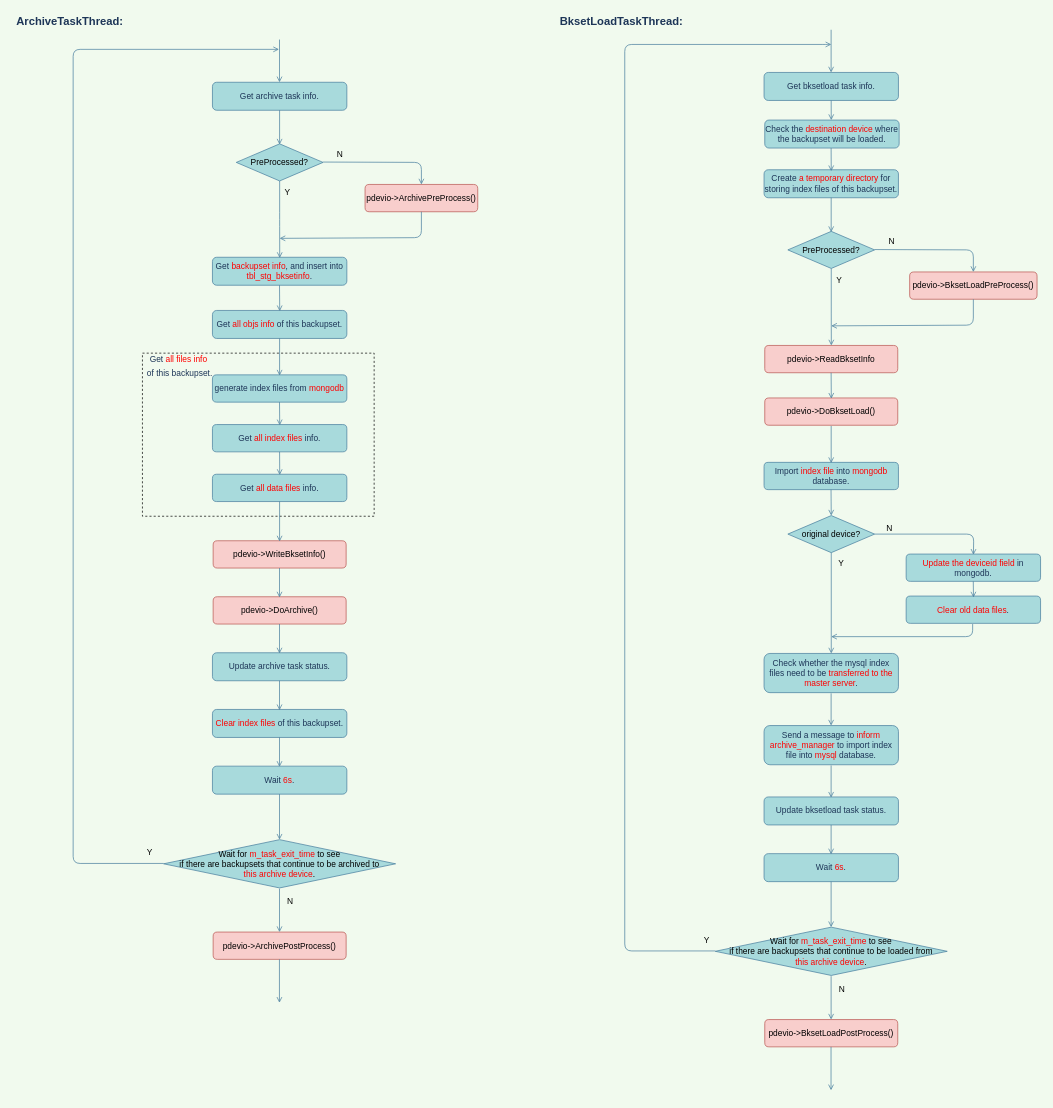
Above: page "任务流程图" (9 of 10) of 02-unary_work/01-黑方6.8版本归档模块/归档服务模块sync_server原理图.drawio in chenzhaoguo/UML (draw.io), before the change. Source tidied: cells renumbered, new cells numbered last; positions are measured from the earlier drawing's top-left corner, leaving out a move shared by most shapes. Both pictures are drawn from the tidied source at 70%, with x=0, y=0 at pixel (12, 12).
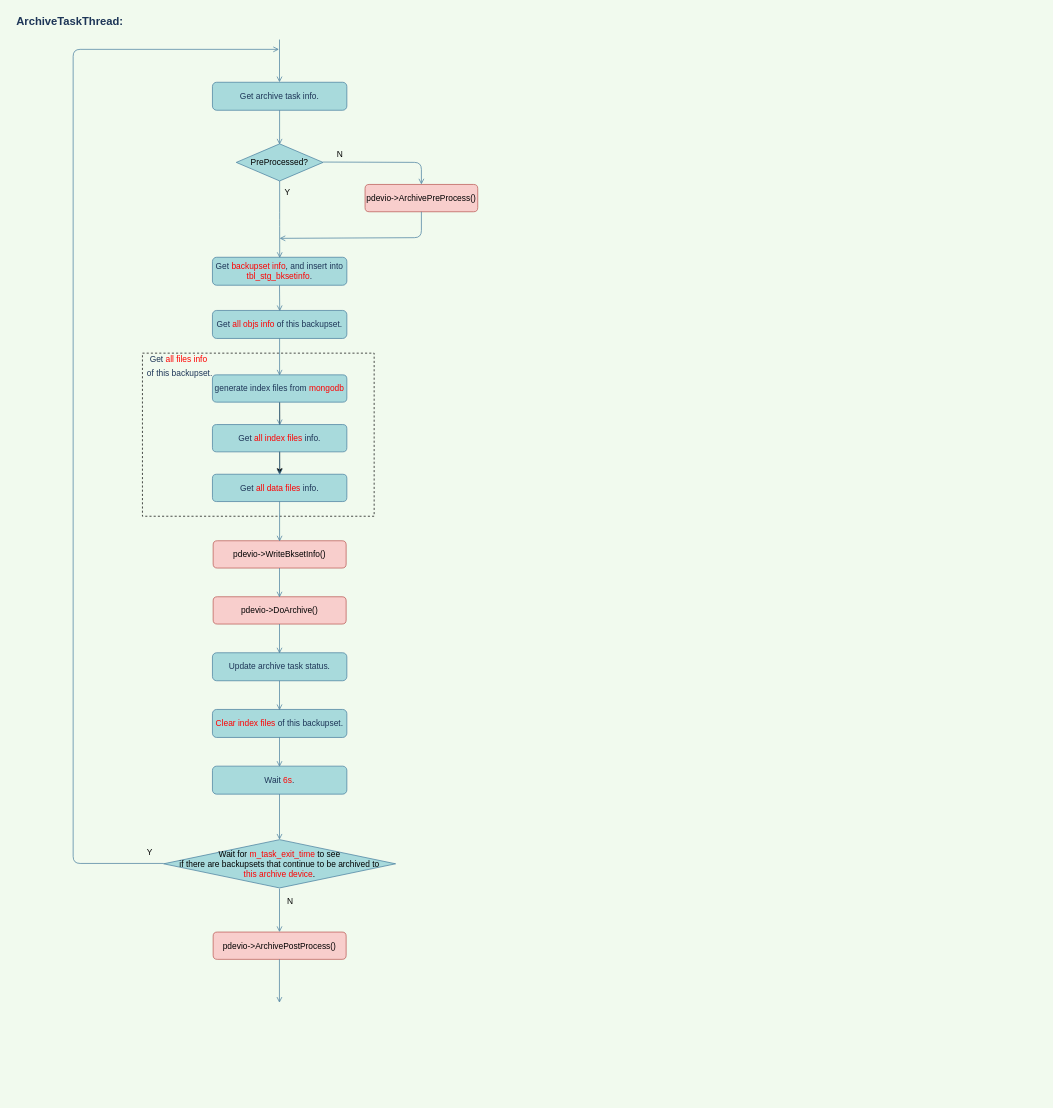
The same page after the edit.

The change refers to these unchanged cells:
```xml
<mxCell id="9" value="generate index files from &lt;font color=&quot;#ff0000&quot;&gt;mongodb&lt;/font&gt;" style="rounded=1;whiteSpace=wrap;html=1;fontSize=12;glass=0;strokeWidth=1;shadow=0;fillColor=#A8DADC;strokeColor=#457B9D;fontColor=#1D3557;" parent="1" vertex="1">
  <mxGeometry x="286" y="518" width="192" height="39" as="geometry" />
</mxCell>
<mxCell id="12" value="Get &lt;font color=&quot;#ff0000&quot;&gt;all data files&lt;/font&gt; info." style="rounded=1;whiteSpace=wrap;html=1;fontSize=12;glass=0;strokeWidth=1;shadow=0;fillColor=#A8DADC;strokeColor=#457B9D;fontColor=#1D3557;" parent="1" vertex="1">
  <mxGeometry x="286" y="660" width="192" height="39" as="geometry" />
</mxCell>
```

Diff of the diagram source:
```diff
@@
+    <mxCell id="87" style="edgeStyle=orthogonalEdgeStyle;rounded=0;jettySize=auto;html=1;" parent="1" edge="1" source="9" target="12">
+      <mxGeometry relative="1" as="geometry" />
+    </mxCell>
@@
-    <mxCell id="41" value="Create &lt;font color=&quot;#ff0000&quot;&gt;a temporary directory&lt;/font&gt; for storing index files of this backupset." style="rounded=1;whiteSpace=wrap;html=1;fontSize=12;glass=0;strokeWidth=1;shadow=0;fillColor=#A8DADC;strokeColor=#457B9D;fontColor=#1D3557;" parent="1" vertex="1">
-      <mxGeometry x="1074" y="225" width="192" height="40" as="geometry" />
-    </mxCell>
-    <mxCell id="42" value="&lt;font&gt;pdevio-&amp;gt;BksetLoadPreProcess()&lt;/font&gt;" style="whiteSpace=wrap;html=1;fillColor=#f8cecc;strokeColor=#b85450;rounded=1;glass=0;strokeWidth=1;shadow=0;fontColor=#000000;" parent="1" vertex="1">
-      <mxGeometry x="1282" y="371" width="182" height="39" as="geometry" />
-    </mxCell>
-    <mxCell id="43" value="BksetLoadTaskThread:" style="text;html=1;align=center;verticalAlign=middle;strokeColor=none;fillColor=none;fontColor=#1D3557;fontSize=16;fontStyle=1;" parent="1" vertex="1">
-      <mxGeometry x="777" width="186" height="23" as="geometry" />
-    </mxCell>
-    <mxCell id="44" style="edgeStyle=orthogonalEdgeStyle;rounded=1;sketch=0;orthogonalLoop=1;jettySize=auto;html=1;fontColor=#1D3557;endArrow=open;endFill=0;strokeColor=#457B9D;fillColor=#A8DADC;" parent="1" edge="1">
-      <mxGeometry relative="1" as="geometry">
-        <mxPoint x="1169.8" y="25" as="sourcePoint" />
-        <mxPoint x="1169.8" y="86" as="targetPoint" />
-      </mxGeometry>
-    </mxCell>
-    <mxCell id="45" value="Import &lt;font color=&quot;#ff0000&quot;&gt;index file &lt;/font&gt;into &lt;font color=&quot;#ff0000&quot;&gt;mongodb&lt;/font&gt; database." style="rounded=1;whiteSpace=wrap;html=1;fontSize=12;glass=0;strokeWidth=1;shadow=0;fillColor=#A8DADC;strokeColor=#457B9D;fontColor=#1D3557;" parent="1" vertex="1">
-      <mxGeometry x="1074" y="643" width="192" height="39" as="geometry" />
-    </mxCell>
-    <mxCell id="46" value="&lt;font color=&quot;#ff0000&quot;&gt;Update the deviceid field&lt;/font&gt; in mongodb." style="rounded=1;whiteSpace=wrap;html=1;fontSize=12;glass=0;strokeWidth=1;shadow=0;fillColor=#A8DADC;strokeColor=#457B9D;fontColor=#1D3557;" parent="1" vertex="1">
-      <mxGeometry x="1277" y="774" width="192" height="39" as="geometry" />
-    </mxCell>
-    <mxCell id="47" value="&lt;font color=&quot;#ff0000&quot;&gt;Clear old data files&lt;/font&gt;." style="rounded=1;whiteSpace=wrap;html=1;fontSize=12;glass=0;strokeWidth=1;shadow=0;fillColor=#A8DADC;strokeColor=#457B9D;fontColor=#1D3557;" parent="1" vertex="1">
-      <mxGeometry x="1277" y="834" width="192" height="39" as="geometry" />
-    </mxCell>
-    <mxCell id="48" value="&lt;font&gt;pdevio-&amp;gt;ReadBksetInfo&lt;/font&gt;" style="whiteSpace=wrap;html=1;fillColor=#f8cecc;strokeColor=#b85450;rounded=1;glass=0;strokeWidth=1;shadow=0;fontColor=#000000;" parent="1" vertex="1">
-      <mxGeometry x="1075" y="476" width="190" height="39" as="geometry" />
-    </mxCell>
-    <mxCell id="49" value="&lt;font&gt;pdevio-&amp;gt;DoBksetLoad()&lt;/font&gt;" style="whiteSpace=wrap;html=1;fillColor=#f8cecc;strokeColor=#b85450;rounded=1;glass=0;strokeWidth=1;shadow=0;fontColor=#000000;" parent="1" vertex="1">
-      <mxGeometry x="1075" y="551" width="190" height="39" as="geometry" />
-    </mxCell>
-    <mxCell id="50" value="Check whether the mysql index files need to be &lt;font color=&quot;#ff0000&quot;&gt;transferred to the master server&lt;/font&gt;." style="rounded=1;whiteSpace=wrap;html=1;fontSize=12;glass=0;strokeWidth=1;shadow=0;fillColor=#A8DADC;strokeColor=#457B9D;fontColor=#1D3557;" parent="1" vertex="1">
-      <mxGeometry x="1074" y="916" width="192" height="56" as="geometry" />
-    </mxCell>
-    <mxCell id="51" value="&lt;span style=&quot;color: rgb(29, 53, 87);&quot;&gt;Update bksetload task status.&lt;/span&gt;" style="rounded=1;whiteSpace=wrap;html=1;fontSize=12;glass=0;strokeWidth=1;shadow=0;fillColor=#A8DADC;strokeColor=#457B9D;fontColor=#000000;fontStyle=0;" parent="1" vertex="1">
-      <mxGeometry x="1074" y="1121" width="192" height="40" as="geometry" />
-    </mxCell>
-    <mxCell id="52" value="Wait &lt;font color=&quot;#ff0000&quot;&gt;6s&lt;/font&gt;." style="rounded=1;whiteSpace=wrap;html=1;fontSize=12;glass=0;strokeWidth=1;shadow=0;fillColor=#A8DADC;strokeColor=#457B9D;fontColor=#1D3557;" parent="1" vertex="1">
-      <mxGeometry x="1074" y="1202" width="192" height="40" as="geometry" />
-    </mxCell>
-    <mxCell id="53" value="Wait for &lt;font color=&quot;#ff0000&quot;&gt;m_task_exit_time&lt;/font&gt; to see &lt;br&gt;if there are backupsets that continue to be loaded from &lt;br&gt;&lt;font color=&quot;#ff0000&quot;&gt;this archive device&lt;/font&gt;." style="rhombus;whiteSpace=wrap;html=1;rounded=0;sketch=0;fontSize=12;fontColor=#000000;strokeColor=#457B9D;fillColor=#A8DADC;" parent="1" vertex="1">
-      <mxGeometry x="1004.2" y="1307" width="331.5" height="69" as="geometry" />
-    </mxCell>
-    <mxCell id="54" value="&lt;font&gt;pdevio-&amp;gt;BksetLoadPostProcess()&lt;/font&gt;" style="whiteSpace=wrap;html=1;fillColor=#f8cecc;strokeColor=#b85450;rounded=1;glass=0;strokeWidth=1;shadow=0;fontColor=#000000;" parent="1" vertex="1">
-      <mxGeometry x="1075" y="1439" width="190" height="39" as="geometry" />
-    </mxCell>
-    <mxCell id="55" style="edgeStyle=orthogonalEdgeStyle;rounded=1;sketch=0;jettySize=auto;html=1;fontColor=#1D3557;endArrow=open;endFill=0;strokeColor=#457B9D;fillColor=#A8DADC;exitX=0.5;exitY=1;exitDx=0;exitDy=0;" parent="1" edge="1" source="68">
-      <mxGeometry relative="1" as="geometry">
-        <mxPoint x="1170.1" y="476" as="targetPoint" />
-      </mxGeometry>
-    </mxCell>
-    <mxCell id="56" style="edgeStyle=orthogonalEdgeStyle;rounded=1;sketch=0;orthogonalLoop=1;jettySize=auto;html=1;fontColor=#1D3557;endArrow=open;endFill=0;strokeColor=#457B9D;fillColor=#A8DADC;" parent="1" edge="1">
-      <mxGeometry relative="1" as="geometry">
-        <mxPoint x="1169.8" y="515" as="sourcePoint" />
-        <mxPoint x="1170.1" y="552" as="targetPoint" />
-      </mxGeometry>
-    </mxCell>
-    <mxCell id="57" style="edgeStyle=orthogonalEdgeStyle;rounded=1;sketch=0;orthogonalLoop=1;jettySize=auto;html=1;fontColor=#1D3557;endArrow=open;endFill=0;strokeColor=#457B9D;fillColor=#A8DADC;" parent="1" edge="1">
-      <mxGeometry relative="1" as="geometry">
-        <mxPoint x="1169.9" y="591" as="sourcePoint" />
-        <mxPoint x="1169.9" y="644" as="targetPoint" />
-      </mxGeometry>
-    </mxCell>
-    <mxCell id="58" style="edgeStyle=orthogonalEdgeStyle;rounded=1;sketch=0;jettySize=auto;html=1;fontColor=#1D3557;endArrow=open;endFill=0;strokeColor=#457B9D;fillColor=#A8DADC;exitX=1;exitY=0.5;exitDx=0;exitDy=0;" parent="1" edge="1" source="75">
-      <mxGeometry relative="1" as="geometry">
-        <mxPoint x="1373.1" y="775" as="targetPoint" />
-      </mxGeometry>
-    </mxCell>
-    <mxCell id="59" style="edgeStyle=orthogonalEdgeStyle;rounded=1;sketch=0;orthogonalLoop=1;jettySize=auto;html=1;fontColor=#1D3557;endArrow=open;endFill=0;strokeColor=#457B9D;fillColor=#A8DADC;" parent="1" edge="1">
-      <mxGeometry relative="1" as="geometry">
-        <mxPoint x="1372.9" y="813" as="sourcePoint" />
-        <mxPoint x="1373.2" y="836" as="targetPoint" />
-      </mxGeometry>
-    </mxCell>
-    <mxCell id="60" style="edgeStyle=orthogonalEdgeStyle;rounded=1;sketch=0;jettySize=auto;html=1;fontColor=#1D3557;endArrow=open;endFill=0;strokeColor=#457B9D;fillColor=#A8DADC;entryX=0.5;entryY=0;entryDx=0;entryDy=0;" parent="1" edge="1" target="75">
-      <mxGeometry relative="1" as="geometry">
-        <mxPoint x="1169.7" y="682" as="sourcePoint" />
-      </mxGeometry>
-    </mxCell>
-    <mxCell id="61" style="edgeStyle=orthogonalEdgeStyle;rounded=1;sketch=0;jettySize=auto;html=1;fontColor=#1D3557;endArrow=open;endFill=0;strokeColor=#457B9D;fillColor=#A8DADC;exitX=0.5;exitY=1;exitDx=0;exitDy=0;entryX=0.5;entryY=0;entryDx=0;entryDy=0;" parent="1" edge="1" source="75" target="50">
-      <mxGeometry relative="1" as="geometry" />
-    </mxCell>
-    <mxCell id="62" style="edgeStyle=orthogonalEdgeStyle;rounded=1;sketch=0;orthogonalLoop=1;jettySize=auto;html=1;fontColor=#1D3557;endArrow=open;endFill=0;strokeColor=#457B9D;fillColor=#A8DADC;" parent="1" edge="1">
-      <mxGeometry relative="1" as="geometry">
-        <mxPoint x="1169.8" y="1076" as="sourcePoint" />
-        <mxPoint x="1169.8" y="1122" as="targetPoint" />
-      </mxGeometry>
-    </mxCell>
-    <mxCell id="63" style="edgeStyle=orthogonalEdgeStyle;rounded=1;sketch=0;orthogonalLoop=1;jettySize=auto;html=1;fontColor=#1D3557;endArrow=open;endFill=0;strokeColor=#457B9D;fillColor=#A8DADC;" parent="1" edge="1">
-      <mxGeometry relative="1" as="geometry">
-        <mxPoint x="1169.8" y="1161" as="sourcePoint" />
-        <mxPoint x="1169.8" y="1203" as="targetPoint" />
-      </mxGeometry>
-    </mxCell>
-    <mxCell id="64" style="edgeStyle=orthogonalEdgeStyle;rounded=1;sketch=0;orthogonalLoop=1;jettySize=auto;html=1;fontColor=#1D3557;endArrow=open;endFill=0;strokeColor=#457B9D;fillColor=#A8DADC;" parent="1" edge="1">
-      <mxGeometry relative="1" as="geometry">
-        <mxPoint x="1169.8" y="1242" as="sourcePoint" />
-        <mxPoint x="1169.8" y="1307" as="targetPoint" />
-      </mxGeometry>
-    </mxCell>
-    <mxCell id="65" style="edgeStyle=orthogonalEdgeStyle;rounded=1;sketch=0;orthogonalLoop=1;jettySize=auto;html=1;fontColor=#1D3557;endArrow=open;endFill=0;strokeColor=#457B9D;fillColor=#A8DADC;" parent="1" edge="1">
-      <mxGeometry relative="1" as="geometry">
-        <mxPoint x="1169.8" y="1377" as="sourcePoint" />
-        <mxPoint x="1169.8" y="1439" as="targetPoint" />
-      </mxGeometry>
-    </mxCell>
-    <mxCell id="66" style="edgeStyle=orthogonalEdgeStyle;rounded=1;sketch=0;orthogonalLoop=1;jettySize=auto;html=1;fontColor=#1D3557;endArrow=open;endFill=0;strokeColor=#457B9D;fillColor=#A8DADC;" parent="1" edge="1">
-      <mxGeometry relative="1" as="geometry">
-        <mxPoint x="1169.7" y="1478" as="sourcePoint" />
-        <mxPoint x="1169.7" y="1540" as="targetPoint" />
-      </mxGeometry>
-    </mxCell>
-    <mxCell id="67" value="N" style="text;html=1;align=center;verticalAlign=middle;strokeColor=none;fillColor=none;fontSize=12;fontColor=#000000;" parent="1" vertex="1">
-      <mxGeometry x="1175" y="1387" width="19" height="18" as="geometry" />
-    </mxCell>
-    <mxCell id="68" value="PreProcessed?" style="rhombus;whiteSpace=wrap;html=1;rounded=0;sketch=0;fontSize=12;fontColor=#000000;strokeColor=#457B9D;fillColor=#A8DADC;" parent="1" vertex="1">
-      <mxGeometry x="1108" y="313" width="124" height="53" as="geometry" />
-    </mxCell>
-    <mxCell id="69" style="edgeStyle=orthogonalEdgeStyle;rounded=1;sketch=0;orthogonalLoop=1;jettySize=auto;html=1;fontColor=#1D3557;endArrow=open;endFill=0;strokeColor=#457B9D;fillColor=#A8DADC;" parent="1" edge="1">
-      <mxGeometry relative="1" as="geometry">
-        <mxPoint x="1169.9" y="265" as="sourcePoint" />
-        <mxPoint x="1169.9" y="314" as="targetPoint" />
-      </mxGeometry>
-    </mxCell>
-    <mxCell id="70" style="edgeStyle=orthogonalEdgeStyle;rounded=1;sketch=0;jettySize=auto;html=1;fontColor=#1D3557;endArrow=open;endFill=0;strokeColor=#457B9D;fillColor=#A8DADC;entryX=0.5;entryY=0;entryDx=0;entryDy=0;" parent="1" edge="1" target="42">
-      <mxGeometry relative="1" as="geometry">
-        <mxPoint x="1232" y="339" as="sourcePoint" />
-      </mxGeometry>
-    </mxCell>
-    <mxCell id="71" style="edgeStyle=orthogonalEdgeStyle;rounded=1;sketch=0;jettySize=auto;html=1;fontColor=#1D3557;endArrow=open;endFill=0;strokeColor=#457B9D;fillColor=#A8DADC;exitX=0.5;exitY=1;exitDx=0;exitDy=0;" parent="1" edge="1" source="42">
-      <mxGeometry relative="1" as="geometry">
-        <mxPoint x="1170" y="448" as="targetPoint" />
-        <Array as="points">
-          <mxPoint x="1373" y="447" />
-          <mxPoint x="1170" y="447" />
-        </Array>
-      </mxGeometry>
-    </mxCell>
-    <mxCell id="72" value="N" style="text;html=1;align=center;verticalAlign=middle;strokeColor=none;fillColor=none;fontSize=12;fontColor=#000000;" parent="1" vertex="1">
-      <mxGeometry x="1246" y="319" width="19" height="18" as="geometry" />
-    </mxCell>
-    <mxCell id="73" value="Y" style="text;html=1;align=center;verticalAlign=middle;strokeColor=none;fillColor=none;fontSize=12;fontColor=#000000;" parent="1" vertex="1">
-      <mxGeometry x="1172" y="374" width="18" height="18" as="geometry" />
-    </mxCell>
-    <mxCell id="74" style="edgeStyle=orthogonalEdgeStyle;rounded=1;sketch=0;orthogonalLoop=1;jettySize=auto;html=1;fontColor=#1D3557;endArrow=open;endFill=0;strokeColor=#457B9D;fillColor=#A8DADC;" parent="1" edge="1">
-      <mxGeometry relative="1" as="geometry">
-        <mxPoint x="1004.2" y="1341" as="sourcePoint" />
-        <mxPoint x="1170" y="46" as="targetPoint" />
-        <Array as="points">
-          <mxPoint x="875" y="1341" />
-          <mxPoint x="875" y="46" />
-          <mxPoint x="1167" y="46" />
-        </Array>
-      </mxGeometry>
-    </mxCell>
-    <mxCell id="75" value="original device?" style="rhombus;whiteSpace=wrap;html=1;rounded=0;sketch=0;fontSize=12;fontColor=#000000;strokeColor=#457B9D;fillColor=#A8DADC;" parent="1" vertex="1">
-      <mxGeometry x="1108" y="719" width="124" height="53" as="geometry" />
-    </mxCell>
-    <mxCell id="76" value="N" style="text;html=1;align=center;verticalAlign=middle;strokeColor=none;fillColor=none;fontSize=12;fontColor=#000000;" parent="1" vertex="1">
-      <mxGeometry x="1243" y="729" width="19" height="18" as="geometry" />
-    </mxCell>
-    <mxCell id="77" value="Y" style="text;html=1;align=center;verticalAlign=middle;strokeColor=none;fillColor=none;fontSize=12;fontColor=#000000;" parent="1" vertex="1">
-      <mxGeometry x="1175" y="779" width="18" height="18" as="geometry" />
-    </mxCell>
-    <mxCell id="78" value="Send a message to &lt;font color=&quot;#ff0000&quot;&gt;inform archive_manager&lt;/font&gt; to import index file into&lt;font color=&quot;#ff0000&quot;&gt; mysql &lt;/font&gt;database." style="rounded=1;whiteSpace=wrap;html=1;fontSize=12;glass=0;strokeWidth=1;shadow=0;fillColor=#A8DADC;strokeColor=#457B9D;fontColor=#1D3557;" parent="1" vertex="1">
-      <mxGeometry x="1074" y="1019" width="192" height="56" as="geometry" />
-    </mxCell>
-    <mxCell id="79" style="edgeStyle=orthogonalEdgeStyle;rounded=1;sketch=0;orthogonalLoop=1;jettySize=auto;html=1;fontColor=#1D3557;endArrow=open;endFill=0;strokeColor=#457B9D;fillColor=#A8DADC;" parent="1" edge="1">
-      <mxGeometry relative="1" as="geometry">
-        <mxPoint x="1372" y="874" as="sourcePoint" />
-        <mxPoint x="1170" y="892" as="targetPoint" />
-        <Array as="points">
-          <mxPoint x="1372" y="892" />
-        </Array>
-      </mxGeometry>
-    </mxCell>
-    <mxCell id="80" style="edgeStyle=orthogonalEdgeStyle;rounded=1;sketch=0;orthogonalLoop=1;jettySize=auto;html=1;fontColor=#1D3557;endArrow=open;endFill=0;strokeColor=#457B9D;fillColor=#A8DADC;" parent="1" edge="1">
-      <mxGeometry relative="1" as="geometry">
-        <mxPoint x="1169.8" y="973" as="sourcePoint" />
-        <mxPoint x="1169.8" y="1019" as="targetPoint" />
-      </mxGeometry>
-    </mxCell>
-    <mxCell id="81" value="Get bksetload task info." style="rounded=1;whiteSpace=wrap;html=1;fontSize=12;glass=0;strokeWidth=1;shadow=0;fillColor=#A8DADC;strokeColor=#457B9D;fontColor=#1D3557;" parent="1" vertex="1">
-      <mxGeometry x="1074" y="86" width="192" height="40" as="geometry" />
-    </mxCell>
-    <mxCell id="82" value="Check the &lt;font color=&quot;#ff0000&quot;&gt;destination device&lt;/font&gt; where the backupset will be loaded." style="rounded=1;whiteSpace=wrap;html=1;fontSize=12;glass=0;strokeWidth=1;shadow=0;fillColor=#A8DADC;strokeColor=#457B9D;fontColor=#1D3557;" parent="1" vertex="1">
-      <mxGeometry x="1075" y="154" width="192" height="40" as="geometry" />
-    </mxCell>
-    <mxCell id="83" style="edgeStyle=orthogonalEdgeStyle;rounded=1;sketch=0;orthogonalLoop=1;jettySize=auto;html=1;fontColor=#1D3557;endArrow=open;endFill=0;strokeColor=#457B9D;fillColor=#A8DADC;" parent="1" edge="1">
-      <mxGeometry relative="1" as="geometry">
-        <mxPoint x="1169.8" y="194" as="sourcePoint" />
-        <mxPoint x="1170" y="227" as="targetPoint" />
-      </mxGeometry>
-    </mxCell>
-    <mxCell id="84" style="edgeStyle=orthogonalEdgeStyle;rounded=1;sketch=0;orthogonalLoop=1;jettySize=auto;html=1;fontColor=#1D3557;endArrow=open;endFill=0;strokeColor=#457B9D;fillColor=#A8DADC;" parent="1" edge="1">
-      <mxGeometry relative="1" as="geometry">
-        <mxPoint x="1169.9" y="126" as="sourcePoint" />
-        <mxPoint x="1170" y="154" as="targetPoint" />
-      </mxGeometry>
-    </mxCell>
@@
-    <mxCell id="86" value="Y" style="text;html=1;align=center;verticalAlign=middle;strokeColor=none;fillColor=none;fontSize=12;fontColor=#000000;" parent="1" vertex="1">
-      <mxGeometry x="983" y="1317" width="18" height="18" as="geometry" />
-    </mxCell>
```
